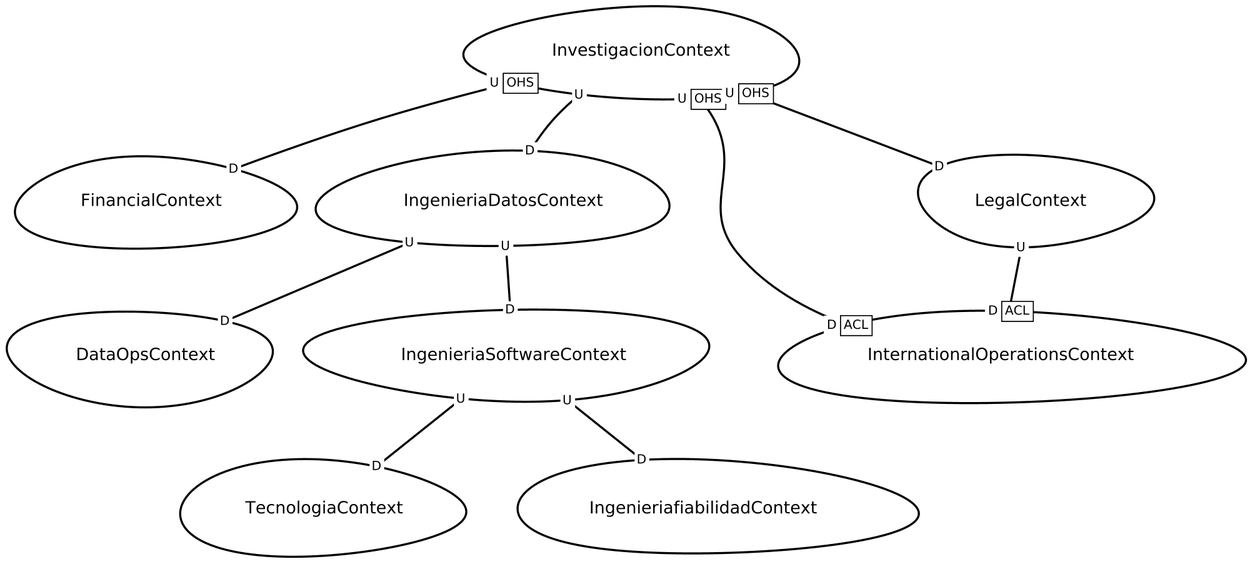
Above: src-gen/ToBe_ContextMap.png in TheCodeTeamUni/web-ide-demo (Graphviz), before the change. Its source is kept beside it as src-gen/ToBe_ContextMap.gv. Its diagram source:
```dot
digraph "ContextMapGraph" {
graph ["imagepath"="/tmp/GraphvizJava"]
"DataOpsContext" ["margin"="0.3","orientation"="317","shape"="egg","fontsize"="16","style"="bold","label"="DataOpsContext\n","fontname"="sans-serif"]
"FinancialContext" ["margin"="0.3","orientation"="237","shape"="egg","fontsize"="16","style"="bold","label"="FinancialContext\n","fontname"="sans-serif"]
"IngenieriaDatosContext" ["margin"="0.3","orientation"="167","shape"="egg","fontsize"="16","style"="bold","label"="IngenieriaDatosContext\n","fontname"="sans-serif"]
"IngenieriaSoftwareContext" ["margin"="0.3","orientation"="101","shape"="egg","fontsize"="16","style"="bold","label"="IngenieriaSoftwareContext\n","fontname"="sans-serif"]
"TecnologiaContext" ["margin"="0.3","orientation"="79","shape"="egg","fontsize"="16","style"="bold","label"="TecnologiaContext\n","fontname"="sans-serif"]
"IngenieriafiabilidadContext" ["margin"="0.3","orientation"="275","shape"="egg","fontsize"="16","style"="bold","label"="IngenieriafiabilidadContext\n","fontname"="sans-serif"]
"InternationalOperationsContext" ["margin"="0.3","orientation"="216","shape"="egg","fontsize"="16","style"="bold","label"="InternationalOperationsContext\n","fontname"="sans-serif"]
"InvestigacionContext" ["margin"="0.3","orientation"="159","shape"="egg","fontsize"="16","style"="bold","label"="InvestigacionContext\n","fontname"="sans-serif"]
"LegalContext" ["margin"="0.3","orientation"="300","shape"="egg","fontsize"="16","style"="bold","label"="LegalContext\n","fontname"="sans-serif"]
"IngenieriaDatosContext" -> "IngenieriaSoftwareContext" ["headlabel"=<<table cellspacing="0" cellborder="0" border="0">
<tr><td bgcolor="white">D</td></tr>
</table>>,"labeldistance"="0","fontsize"="12","taillabel"=<<table cellspacing="0" cellborder="0" border="0">
<tr><td bgcolor="white">U</td></tr>
</table>>,"style"="bold","label"="                                        ","dir"="none","fontname"="sans-serif"]
"IngenieriaDatosContext" -> "DataOpsContext" ["headlabel"=<<table cellspacing="0" cellborder="0" border="0">
<tr><td bgcolor="white">D</td></tr>
</table>>,"labeldistance"="0","fontsize"="12","taillabel"=<<table cellspacing="0" cellborder="0" border="0">
<tr><td bgcolor="white">U</td></tr>
</table>>,"style"="bold","label"="                                        ","dir"="none","fontname"="sans-serif"]
"IngenieriaSoftwareContext" -> "TecnologiaContext" ["headlabel"=<<table cellspacing="0" cellborder="0" border="0">
<tr><td bgcolor="white">D</td></tr>
</table>>,"labeldistance"="0","fontsize"="12","taillabel"=<<table cellspacing="0" cellborder="0" border="0">
<tr><td bgcolor="white">U</td></tr>
</table>>,"style"="bold","label"="                                        ","dir"="none","fontname"="sans-serif"]
"IngenieriaSoftwareContext" -> "IngenieriafiabilidadContext" ["headlabel"=<<table cellspacing="0" cellborder="0" border="0">
<tr><td bgcolor="white">D</td></tr>
</table>>,"labeldistance"="0","fontsize"="12","taillabel"=<<table cellspacing="0" cellborder="0" border="0">
<tr><td bgcolor="white">U</td></tr>
</table>>,"style"="bold","label"="                                        ","dir"="none","fontname"="sans-serif"]
"InvestigacionContext" -> "LegalContext" ["headlabel"=<<table cellspacing="0" cellborder="0" border="0">
<tr><td bgcolor="white">D</td></tr>
</table>>,"labeldistance"="0","fontsize"="12","taillabel"=<<table cellspacing="0" cellborder="1" border="0">
<tr><td bgcolor="white" sides="r">U</td><td sides="trbl" bgcolor="white"><font>OHS</font></td></tr>
</table>>,"style"="bold","label"="                                        ","dir"="none","fontname"="sans-serif"]
"InvestigacionContext" -> "FinancialContext" ["headlabel"=<<table cellspacing="0" cellborder="0" border="0">
<tr><td bgcolor="white">D</td></tr>
</table>>,"labeldistance"="0","fontsize"="12","taillabel"=<<table cellspacing="0" cellborder="1" border="0">
<tr><td bgcolor="white" sides="r">U</td><td sides="trbl" bgcolor="white"><font>OHS</font></td></tr>
</table>>,"style"="bold","label"="                                        ","dir"="none","fontname"="sans-serif"]
"InvestigacionContext" -> "IngenieriaDatosContext" ["headlabel"=<<table cellspacing="0" cellborder="0" border="0">
<tr><td bgcolor="white">D</td></tr>
</table>>,"labeldistance"="0","fontsize"="12","taillabel"=<<table cellspacing="0" cellborder="0" border="0">
<tr><td bgcolor="white">U</td></tr>
</table>>,"style"="bold","label"="                                        ","dir"="none","fontname"="sans-serif"]
"InvestigacionContext" -> "InternationalOperationsContext" ["headlabel"=<<table cellspacing="0" cellborder="1" border="0">
<tr><td bgcolor="white" sides="r">D</td><td sides="trbl" bgcolor="white"><font>ACL</font></td></tr>
</table>>,"labeldistance"="0","fontsize"="12","taillabel"=<<table cellspacing="0" cellborder="1" border="0">
<tr><td bgcolor="white" sides="r">U</td><td sides="trbl" bgcolor="white"><font>OHS</font></td></tr>
</table>>,"style"="bold","label"="                                        ","dir"="none","fontname"="sans-serif"]
"LegalContext" -> "InternationalOperationsContext" ["headlabel"=<<table cellspacing="0" cellborder="1" border="0">
<tr><td bgcolor="white" sides="r">D</td><td sides="trbl" bgcolor="white"><font>ACL</font></td></tr>
</table>>,"labeldistance"="0","fontsize"="12","taillabel"=<<table cellspacing="0" cellborder="0" border="0">
<tr><td bgcolor="white">U</td></tr>
</table>>,"style"="bold","label"="                                        ","dir"="none","fontname"="sans-serif"]
}
```
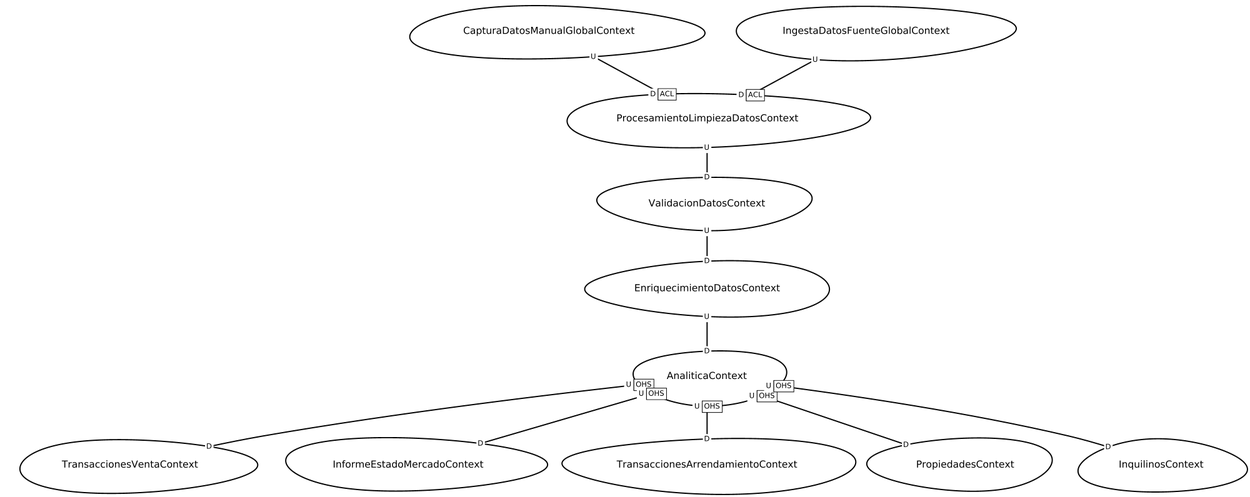
Later version of the same file.

The edit, as a diff of the source:
```diff
@@ -1,55 +1,62 @@
 digraph "ContextMapGraph" {
 graph ["imagepath"="/tmp/GraphvizJava"]
-"DataOpsContext" ["margin"="0.3","orientation"="317","shape"="egg","fontsize"="16","style"="bold","label"="DataOpsContext\n","fontname"="sans-serif"]
-"FinancialContext" ["margin"="0.3","orientation"="237","shape"="egg","fontsize"="16","style"="bold","label"="FinancialContext\n","fontname"="sans-serif"]
-"IngenieriaDatosContext" ["margin"="0.3","orientation"="167","shape"="egg","fontsize"="16","style"="bold","label"="IngenieriaDatosContext\n","fontname"="sans-serif"]
-"IngenieriaSoftwareContext" ["margin"="0.3","orientation"="101","shape"="egg","fontsize"="16","style"="bold","label"="IngenieriaSoftwareContext\n","fontname"="sans-serif"]
-"TecnologiaContext" ["margin"="0.3","orientation"="79","shape"="egg","fontsize"="16","style"="bold","label"="TecnologiaContext\n","fontname"="sans-serif"]
-"IngenieriafiabilidadContext" ["margin"="0.3","orientation"="275","shape"="egg","fontsize"="16","style"="bold","label"="IngenieriafiabilidadContext\n","fontname"="sans-serif"]
-"InternationalOperationsContext" ["margin"="0.3","orientation"="216","shape"="egg","fontsize"="16","style"="bold","label"="InternationalOperationsContext\n","fontname"="sans-serif"]
-"InvestigacionContext" ["margin"="0.3","orientation"="159","shape"="egg","fontsize"="16","style"="bold","label"="InvestigacionContext\n","fontname"="sans-serif"]
-"LegalContext" ["margin"="0.3","orientation"="300","shape"="egg","fontsize"="16","style"="bold","label"="LegalContext\n","fontname"="sans-serif"]
-"IngenieriaDatosContext" -> "IngenieriaSoftwareContext" ["headlabel"=<<table cellspacing="0" cellborder="0" border="0">
+"AnaliticaContext" ["margin"="0.3","orientation"="175","shape"="egg","fontsize"="16","style"="bold","label"="AnaliticaContext\n","fontname"="sans-serif"]
+"TransaccionesVentaContext" ["margin"="0.3","orientation"="48","shape"="egg","fontsize"="16","style"="bold","label"="TransaccionesVentaContext\n","fontname"="sans-serif"]
+"InformeEstadoMercadoContext" ["margin"="0.3","orientation"="123","shape"="egg","fontsize"="16","style"="bold","label"="InformeEstadoMercadoContext\n","fontname"="sans-serif"]
+"TransaccionesArrendamientoContext" ["margin"="0.3","orientation"="67","shape"="egg","fontsize"="16","style"="bold","label"="TransaccionesArrendamientoContext\n","fontname"="sans-serif"]
+"PropiedadesContext" ["margin"="0.3","orientation"="290","shape"="egg","fontsize"="16","style"="bold","label"="PropiedadesContext\n","fontname"="sans-serif"]
+"InquilinosContext" ["margin"="0.3","orientation"="274","shape"="egg","fontsize"="16","style"="bold","label"="InquilinosContext\n","fontname"="sans-serif"]
+"CapturaDatosManualGlobalContext" ["margin"="0.3","orientation"="66","shape"="egg","fontsize"="16","style"="bold","label"="CapturaDatosManualGlobalContext\n","fontname"="sans-serif"]
+"ProcesamientoLimpiezaDatosContext" ["margin"="0.3","orientation"="62","shape"="egg","fontsize"="16","style"="bold","label"="ProcesamientoLimpiezaDatosContext\n","fontname"="sans-serif"]
+"ValidacionDatosContext" ["margin"="0.3","orientation"="44","shape"="egg","fontsize"="16","style"="bold","label"="ValidacionDatosContext\n","fontname"="sans-serif"]
+"EnriquecimientoDatosContext" ["margin"="0.3","orientation"="263","shape"="egg","fontsize"="16","style"="bold","label"="EnriquecimientoDatosContext\n","fontname"="sans-serif"]
+"IngestaDatosFuenteGlobalContext" ["margin"="0.3","orientation"="110","shape"="egg","fontsize"="16","style"="bold","label"="IngestaDatosFuenteGlobalContext\n","fontname"="sans-serif"]
+"AnaliticaContext" -> "TransaccionesVentaContext" ["headlabel"=<<table cellspacing="0" cellborder="0" border="0">
+<tr><td bgcolor="white">D</td></tr>
+</table>>,"labeldistance"="0","fontsize"="12","taillabel"=<<table cellspacing="0" cellborder="1" border="0">
+<tr><td bgcolor="white" sides="r">U</td><td sides="trbl" bgcolor="white"><font>OHS</font></td></tr>
+</table>>,"style"="bold","label"="                                        ","dir"="none","fontname"="sans-serif"]
+"AnaliticaContext" -> "InformeEstadoMercadoContext" ["headlabel"=<<table cellspacing="0" cellborder="0" border="0">
+<tr><td bgcolor="white">D</td></tr>
+</table>>,"labeldistance"="0","fontsize"="12","taillabel"=<<table cellspacing="0" cellborder="1" border="0">
+<tr><td bgcolor="white" sides="r">U</td><td sides="trbl" bgcolor="white"><font>OHS</font></td></tr>
+</table>>,"style"="bold","label"="                                        ","dir"="none","fontname"="sans-serif"]
+"AnaliticaContext" -> "TransaccionesArrendamientoContext" ["headlabel"=<<table cellspacing="0" cellborder="0" border="0">
+<tr><td bgcolor="white">D</td></tr>
+</table>>,"labeldistance"="0","fontsize"="12","taillabel"=<<table cellspacing="0" cellborder="1" border="0">
+<tr><td bgcolor="white" sides="r">U</td><td sides="trbl" bgcolor="white"><font>OHS</font></td></tr>
+</table>>,"style"="bold","label"="                                        ","dir"="none","fontname"="sans-serif"]
+"AnaliticaContext" -> "PropiedadesContext" ["headlabel"=<<table cellspacing="0" cellborder="0" border="0">
+<tr><td bgcolor="white">D</td></tr>
+</table>>,"labeldistance"="0","fontsize"="12","taillabel"=<<table cellspacing="0" cellborder="1" border="0">
+<tr><td bgcolor="white" sides="r">U</td><td sides="trbl" bgcolor="white"><font>OHS</font></td></tr>
+</table>>,"style"="bold","label"="                                        ","dir"="none","fontname"="sans-serif"]
+"AnaliticaContext" -> "InquilinosContext" ["headlabel"=<<table cellspacing="0" cellborder="0" border="0">
+<tr><td bgcolor="white">D</td></tr>
+</table>>,"labeldistance"="0","fontsize"="12","taillabel"=<<table cellspacing="0" cellborder="1" border="0">
+<tr><td bgcolor="white" sides="r">U</td><td sides="trbl" bgcolor="white"><font>OHS</font></td></tr>
+</table>>,"style"="bold","label"="                                        ","dir"="none","fontname"="sans-serif"]
+"CapturaDatosManualGlobalContext" -> "ProcesamientoLimpiezaDatosContext" ["headlabel"=<<table cellspacing="0" cellborder="1" border="0">
+<tr><td bgcolor="white" sides="r">D</td><td sides="trbl" bgcolor="white"><font>ACL</font></td></tr>
+</table>>,"labeldistance"="0","fontsize"="12","taillabel"=<<table cellspacing="0" cellborder="0" border="0">
+<tr><td bgcolor="white">U</td></tr>
+</table>>,"style"="bold","label"="                                        ","dir"="none","fontname"="sans-serif"]
+"ProcesamientoLimpiezaDatosContext" -> "ValidacionDatosContext" ["headlabel"=<<table cellspacing="0" cellborder="0" border="0">
 <tr><td bgcolor="white">D</td></tr>
 </table>>,"labeldistance"="0","fontsize"="12","taillabel"=<<table cellspacing="0" cellborder="0" border="0">
 <tr><td bgcolor="white">U</td></tr>
 </table>>,"style"="bold","label"="                                        ","dir"="none","fontname"="sans-serif"]
-"IngenieriaDatosContext" -> "DataOpsContext" ["headlabel"=<<table cellspacing="0" cellborder="0" border="0">
+"ValidacionDatosContext" -> "EnriquecimientoDatosContext" ["headlabel"=<<table cellspacing="0" cellborder="0" border="0">
 <tr><td bgcolor="white">D</td></tr>
 </table>>,"labeldistance"="0","fontsize"="12","taillabel"=<<table cellspacing="0" cellborder="0" border="0">
 <tr><td bgcolor="white">U</td></tr>
 </table>>,"style"="bold","label"="                                        ","dir"="none","fontname"="sans-serif"]
-"IngenieriaSoftwareContext" -> "TecnologiaContext" ["headlabel"=<<table cellspacing="0" cellborder="0" border="0">
+"EnriquecimientoDatosContext" -> "AnaliticaContext" ["headlabel"=<<table cellspacing="0" cellborder="0" border="0">
 <tr><td bgcolor="white">D</td></tr>
 </table>>,"labeldistance"="0","fontsize"="12","taillabel"=<<table cellspacing="0" cellborder="0" border="0">
 <tr><td bgcolor="white">U</td></tr>
 </table>>,"style"="bold","label"="                                        ","dir"="none","fontname"="sans-serif"]
-"IngenieriaSoftwareContext" -> "IngenieriafiabilidadContext" ["headlabel"=<<table cellspacing="0" cellborder="0" border="0">
-<tr><td bgcolor="white">D</td></tr>
-</table>>,"labeldistance"="0","fontsize"="12","taillabel"=<<table cellspacing="0" cellborder="0" border="0">
-<tr><td bgcolor="white">U</td></tr>
-</table>>,"style"="bold","label"="                                        ","dir"="none","fontname"="sans-serif"]
-"InvestigacionContext" -> "LegalContext" ["headlabel"=<<table cellspacing="0" cellborder="0" border="0">
-<tr><td bgcolor="white">D</td></tr>
-</table>>,"labeldistance"="0","fontsize"="12","taillabel"=<<table cellspacing="0" cellborder="1" border="0">
-<tr><td bgcolor="white" sides="r">U</td><td sides="trbl" bgcolor="white"><font>OHS</font></td></tr>
-</table>>,"style"="bold","label"="                                        ","dir"="none","fontname"="sans-serif"]
-"InvestigacionContext" -> "FinancialContext" ["headlabel"=<<table cellspacing="0" cellborder="0" border="0">
-<tr><td bgcolor="white">D</td></tr>
-</table>>,"labeldistance"="0","fontsize"="12","taillabel"=<<table cellspacing="0" cellborder="1" border="0">
-<tr><td bgcolor="white" sides="r">U</td><td sides="trbl" bgcolor="white"><font>OHS</font></td></tr>
-</table>>,"style"="bold","label"="                                        ","dir"="none","fontname"="sans-serif"]
-"InvestigacionContext" -> "IngenieriaDatosContext" ["headlabel"=<<table cellspacing="0" cellborder="0" border="0">
-<tr><td bgcolor="white">D</td></tr>
-</table>>,"labeldistance"="0","fontsize"="12","taillabel"=<<table cellspacing="0" cellborder="0" border="0">
-<tr><td bgcolor="white">U</td></tr>
-</table>>,"style"="bold","label"="                                        ","dir"="none","fontname"="sans-serif"]
-"InvestigacionContext" -> "InternationalOperationsContext" ["headlabel"=<<table cellspacing="0" cellborder="1" border="0">
-<tr><td bgcolor="white" sides="r">D</td><td sides="trbl" bgcolor="white"><font>ACL</font></td></tr>
-</table>>,"labeldistance"="0","fontsize"="12","taillabel"=<<table cellspacing="0" cellborder="1" border="0">
-<tr><td bgcolor="white" sides="r">U</td><td sides="trbl" bgcolor="white"><font>OHS</font></td></tr>
-</table>>,"style"="bold","label"="                                        ","dir"="none","fontname"="sans-serif"]
-"LegalContext" -> "InternationalOperationsContext" ["headlabel"=<<table cellspacing="0" cellborder="1" border="0">
+"IngestaDatosFuenteGlobalContext" -> "ProcesamientoLimpiezaDatosContext" ["headlabel"=<<table cellspacing="0" cellborder="1" border="0">
 <tr><td bgcolor="white" sides="r">D</td><td sides="trbl" bgcolor="white"><font>ACL</font></td></tr>
 </table>>,"labeldistance"="0","fontsize"="12","taillabel"=<<table cellspacing="0" cellborder="0" border="0">
 <tr><td bgcolor="white">U</td></tr>
```
